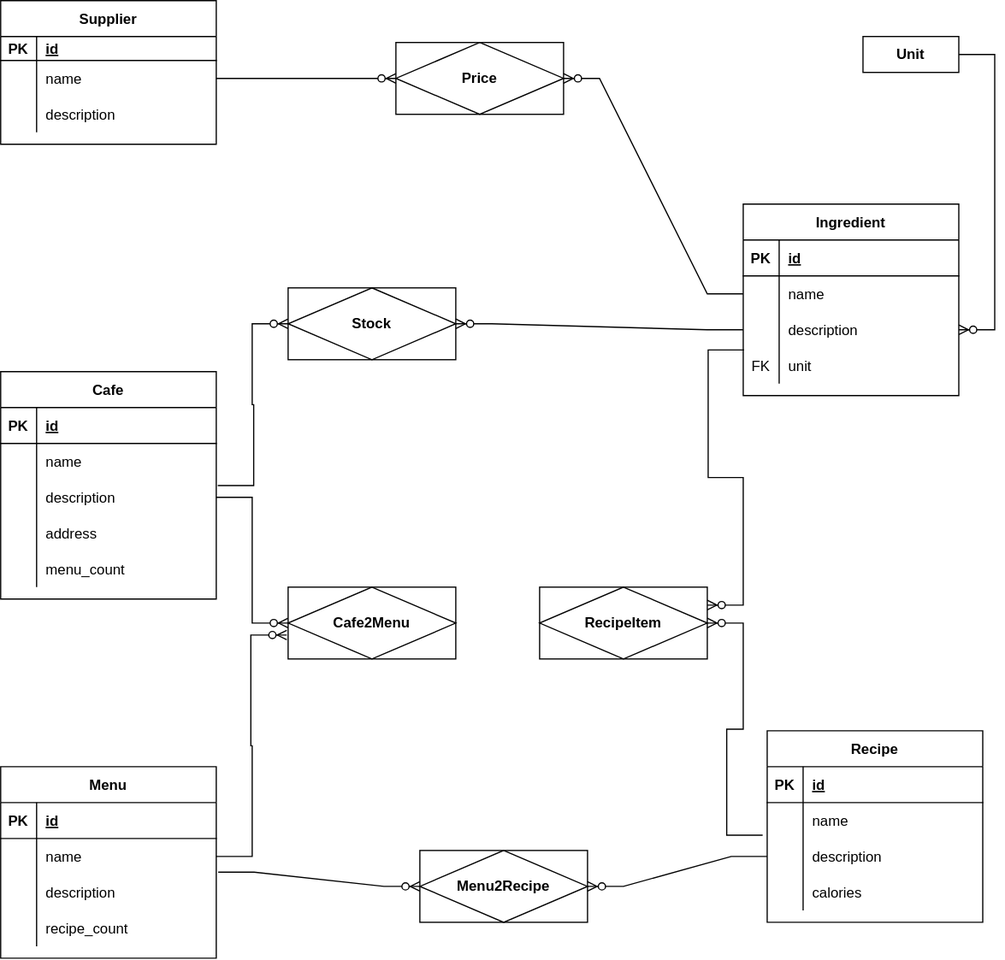
Before: doc/fig/infological.svg, a diagram exported from draw.io (zubrailx/university-itmo). Source tidied: cells renumbered, new cells last; positions are measured from the earlier drawing's top-left corner, leaving out a move shared by most shapes.
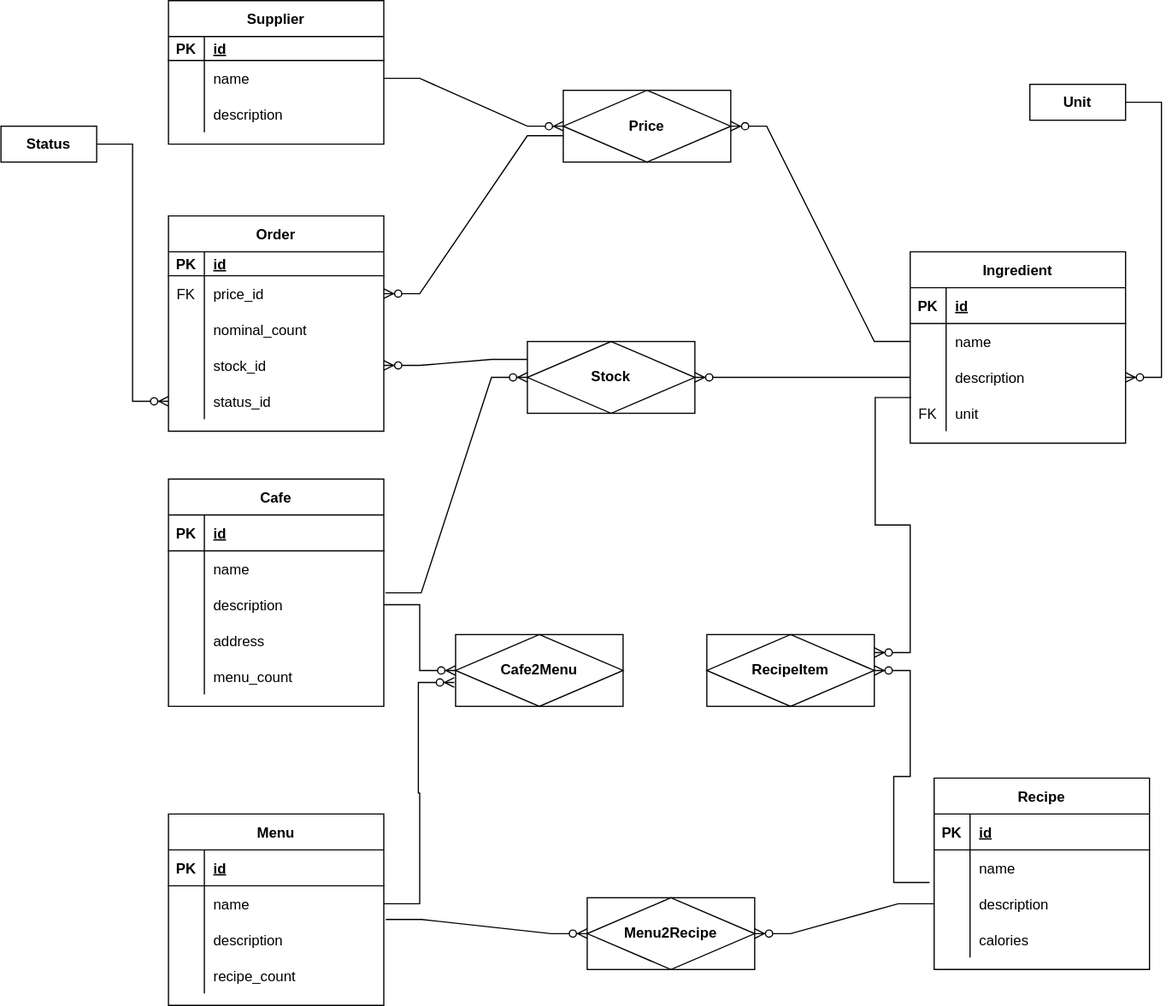
Later version of the same file.

What changed in the source:
```diff
@@ -3,7 +3,7 @@
     <mxCell id="0" />
     <mxCell id="1" parent="0" />
     <mxCell id="2" value="Supplier" style="shape=table;startSize=30;rowLines=0;fontStyle=1;align=center;" parent="1" vertex="1">
-      <mxGeometry width="180" height="120" as="geometry" />
+      <mxGeometry y="-40" width="180" height="120" as="geometry" />
     </mxCell>
     <mxCell id="3" style="shape=tableRow;horizontal=0;startSize=0;swimlaneHead=0;swimlaneBody=0;fillColor=none;top=0;left=0;right=0;bottom=1;" parent="2" vertex="1">
       <mxGeometry y="30" width="180" height="20" as="geometry" />
@@ -162,7 +162,7 @@
       <mxGeometry x="240" y="490" width="140" height="60" as="geometry" />
     </mxCell>
     <mxCell id="55" value="Cafe" style="shape=table;startSize=30;rowLines=0;fontStyle=1;align=center;" parent="1" vertex="1">
-      <mxGeometry y="310" width="180" height="190" as="geometry" />
+      <mxGeometry y="360" width="180" height="190" as="geometry" />
     </mxCell>
     <mxCell id="56" style="shape=tableRow;horizontal=0;startSize=0;swimlaneHead=0;swimlaneBody=0;fillColor=none;top=0;left=0;right=0;bottom=1;" parent="55" vertex="1">
       <mxGeometry y="30" width="180" height="30" as="geometry" />
@@ -210,7 +210,7 @@
       <mxGeometry x="30" width="150" height="30" as="geometry" />
     </mxCell>
     <mxCell id="71" value="&lt;b&gt;Stock&lt;/b&gt;" style="shape=associativeEntity;whiteSpace=wrap;html=1;align=center;" parent="1" vertex="1">
-      <mxGeometry x="240" y="240" width="140" height="60" as="geometry" />
+      <mxGeometry x="300" y="245" width="140" height="60" as="geometry" />
     </mxCell>
     <mxCell id="72" style="edgeStyle=entityRelationEdgeStyle;fontSize=12;html=1;endArrow=ERzeroToMany;endFill=1;rounded=0;exitX=1;exitY=0.5;exitDx=0;exitDy=0;entryX=0;entryY=0.5;entryDx=0;entryDy=0;" parent="1" edge="1" source="6" target="25">
       <mxGeometry relative="1" as="geometry" />
@@ -248,5 +248,65 @@
     <mxCell id="83" style="edgeStyle=entityRelationEdgeStyle;fontSize=12;html=1;endArrow=ERzeroToMany;endFill=1;rounded=0;entryX=1;entryY=0.5;entryDx=0;entryDy=0;exitX=1;exitY=0.5;exitDx=0;exitDy=0;" parent="1" edge="1" source="81" target="19">
       <mxGeometry relative="1" as="geometry" />
     </mxCell>
+    <mxCell id="84" value="Order" style="shape=table;startSize=30;rowLines=0;fontStyle=1;align=center;" parent="1" vertex="1">
+      <mxGeometry y="140" width="180" height="180" as="geometry" />
+    </mxCell>
+    <mxCell id="85" style="shape=tableRow;horizontal=0;startSize=0;swimlaneHead=0;swimlaneBody=0;fillColor=none;top=0;left=0;right=0;bottom=1;" parent="84" vertex="1">
+      <mxGeometry y="30" width="180" height="20" as="geometry" />
+    </mxCell>
+    <mxCell id="86" value="PK" style="shape=partialRectangle;fillColor=none;top=0;left=0;bottom=0;right=0;fontStyle=1;overflow=hidden;" parent="85" vertex="1">
+      <mxGeometry width="30" height="20" as="geometry" />
+    </mxCell>
+    <mxCell id="87" value="id" style="shape=partialRectangle;fillColor=none;top=0;left=0;bottom=0;right=0;align=left;spacingLeft=6;fontStyle=5;overflow=hidden;" parent="85" vertex="1">
+      <mxGeometry x="30" width="150" height="20" as="geometry" />
+    </mxCell>
+    <mxCell id="88" style="shape=tableRow;horizontal=0;startSize=0;swimlaneHead=0;swimlaneBody=0;fillColor=none;points=[[0,0.5],[1,0.5]];portConstraint=eastwest;top=0;left=0;right=0;bottom=0;" parent="84" vertex="1">
+      <mxGeometry y="50" width="180" height="30" as="geometry" />
+    </mxCell>
+    <mxCell id="89" value="FK" style="shape=partialRectangle;fillColor=none;top=0;left=0;bottom=0;right=0;overflow=hidden;" parent="88" vertex="1">
+      <mxGeometry width="30" height="30" as="geometry" />
+    </mxCell>
+    <mxCell id="90" value="price_id" style="shape=partialRectangle;fillColor=none;top=0;left=0;bottom=0;right=0;align=left;spacingLeft=6;overflow=hidden;" parent="88" vertex="1">
+      <mxGeometry x="30" width="150" height="30" as="geometry" />
+    </mxCell>
+    <mxCell id="91" style="shape=tableRow;horizontal=0;startSize=0;swimlaneHead=0;swimlaneBody=0;fillColor=none;top=0;left=0;right=0;bottom=0;" parent="84" vertex="1">
+      <mxGeometry y="80" width="180" height="30" as="geometry" />
+    </mxCell>
+    <mxCell id="92" style="shape=partialRectangle;fillColor=none;top=0;left=0;bottom=0;right=0;overflow=hidden;" parent="91" vertex="1">
+      <mxGeometry width="30" height="30" as="geometry" />
+    </mxCell>
+    <mxCell id="93" value="nominal_count" style="shape=partialRectangle;fillColor=none;top=0;left=0;bottom=0;right=0;align=left;spacingLeft=6;overflow=hidden;" parent="91" vertex="1">
+      <mxGeometry x="30" width="150" height="30" as="geometry" />
+    </mxCell>
+    <mxCell id="94" style="shape=tableRow;horizontal=0;startSize=0;swimlaneHead=0;swimlaneBody=0;fillColor=none;points=[[0,0.5],[1,0.5]];portConstraint=eastwest;top=0;left=0;right=0;bottom=0;" parent="84" vertex="1">
+      <mxGeometry y="110" width="180" height="30" as="geometry" />
+    </mxCell>
+    <mxCell id="95" style="shape=partialRectangle;fillColor=none;top=0;left=0;bottom=0;right=0;overflow=hidden;" parent="94" vertex="1">
+      <mxGeometry width="30" height="30" as="geometry" />
+    </mxCell>
+    <mxCell id="96" value="stock_id" style="shape=partialRectangle;fillColor=none;top=0;left=0;bottom=0;right=0;align=left;spacingLeft=6;overflow=hidden;" parent="94" vertex="1">
+      <mxGeometry x="30" width="150" height="30" as="geometry" />
+    </mxCell>
+    <mxCell id="97" style="shape=tableRow;horizontal=0;startSize=0;swimlaneHead=0;swimlaneBody=0;fillColor=none;points=[[0,0.5],[1,0.5]];portConstraint=eastwest;top=0;left=0;right=0;bottom=0;" parent="84" vertex="1">
+      <mxGeometry y="140" width="180" height="30" as="geometry" />
+    </mxCell>
+    <mxCell id="98" style="shape=partialRectangle;fillColor=none;top=0;left=0;bottom=0;right=0;overflow=hidden;" parent="97" vertex="1">
+      <mxGeometry width="30" height="30" as="geometry" />
+    </mxCell>
+    <mxCell id="99" value="status_id" style="shape=partialRectangle;fillColor=none;top=0;left=0;bottom=0;right=0;align=left;spacingLeft=6;overflow=hidden;" parent="97" vertex="1">
+      <mxGeometry x="30" width="150" height="30" as="geometry" />
+    </mxCell>
+    <mxCell id="100" value="&lt;b&gt;Status&lt;/b&gt;" style="whiteSpace=wrap;html=1;align=center;" parent="1" vertex="1">
+      <mxGeometry x="-140" y="65" width="80" height="30" as="geometry" />
+    </mxCell>
+    <mxCell id="101" style="edgeStyle=entityRelationEdgeStyle;fontSize=12;html=1;endArrow=ERzeroToMany;endFill=1;rounded=0;exitX=0;exitY=0.25;exitDx=0;exitDy=0;entryX=1;entryY=0.5;entryDx=0;entryDy=0;" parent="1" edge="1" source="71" target="94">
+      <mxGeometry relative="1" as="geometry" />
+    </mxCell>
+    <mxCell id="102" style="edgeStyle=entityRelationEdgeStyle;fontSize=12;html=1;endArrow=ERzeroToMany;endFill=1;rounded=0;exitX=0;exitY=0.633;exitDx=0;exitDy=0;entryX=1;entryY=0.5;entryDx=0;entryDy=0;exitPerimeter=0;" parent="1" edge="1" source="25" target="88">
+      <mxGeometry relative="1" as="geometry" />
+    </mxCell>
+    <mxCell id="103" style="edgeStyle=entityRelationEdgeStyle;fontSize=12;html=1;endArrow=ERzeroToMany;endFill=1;rounded=0;entryX=0;entryY=0.5;entryDx=0;entryDy=0;exitX=1;exitY=0.5;exitDx=0;exitDy=0;" parent="1" edge="1" source="100" target="97">
+      <mxGeometry relative="1" as="geometry" />
+    </mxCell>
   </root>
 </mxGraphModel>
```
